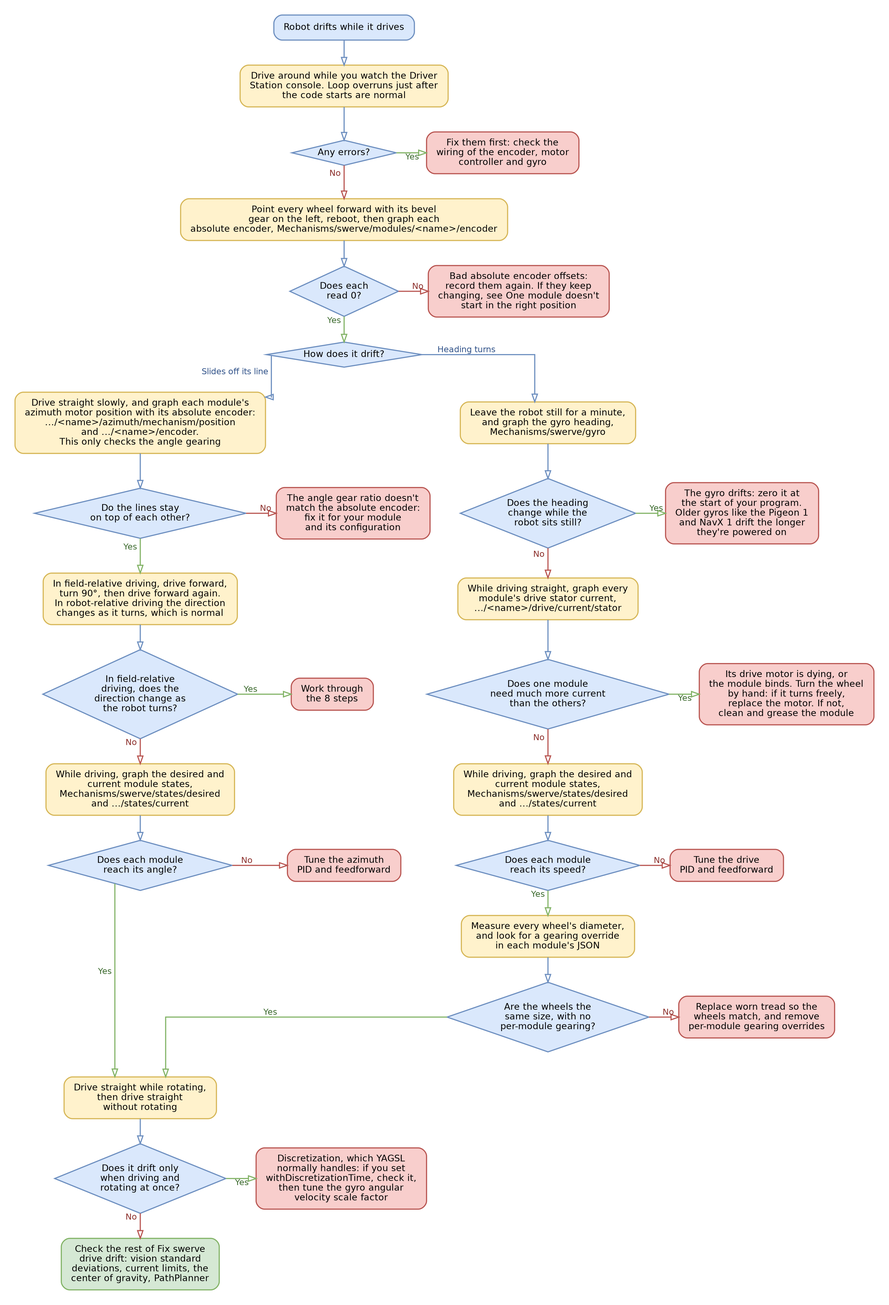
Before: .gitbook/assets/yagsl-flowchart-drift.png, a diagram exported from Graphviz (Yet-Another-Software-Suite/YAGSL-gitbook). Its source is kept beside it as .gitbook/assets/yagsl-flowchart-drift.dot. The source it was exported from:
```dot
digraph G {
  graph [rankdir=TB, nodesep=0.5, ranksep=0.45, pad=0.3, bgcolor="white", dpi=150, splines=ortho];
  node  [fontname="DejaVu Sans", fontsize=13, margin="0.2,0.12", penwidth=1.6];
  edge  [fontname="DejaVu Sans", fontsize=12, penwidth=1.6, arrowhead=onormal, arrowsize=1.1];
  graph [nodesep=0.6, ranksep=0.5];
  s [label="Robot drifts while it drives", shape=box, style="rounded,filled", fillcolor="#dae8fc", color="#6c8ebf"];
  ah1 [label="Drive around while you watch the Driver\nStation console. Loop overruns just after\nthe code starts are normal", shape=box, style="rounded,filled", fillcolor="#fff2cc", color="#d6b656"];
  aq1 [label="Any errors?", shape=diamond, style=filled, fillcolor="#dae8fc", color="#6c8ebf", margin="0.05,0.05"];
  af1 [label="Fix them first: check the\nwiring of the encoder, motor\ncontroller and gyro", shape=box, style="rounded,filled", fillcolor="#f8cecc", color="#b85450"];
  {rank=same; aq1; af1;}
  s -> ah1 [color="#6c8ebf", weight=10];
  ah1 -> aq1 [color="#6c8ebf", weight=10];
  aq1 -> af1 [xlabel=" Yes ", color="#82b366", fontcolor="#3d6b2f"];
  ah2 [label="Point every wheel forward with its bevel\ngear on the left, reboot, then graph each\nabsolute encoder, Mechanisms/swerve/modules/<name>/encoder", shape=box, style="rounded,filled", fillcolor="#fff2cc", color="#d6b656"];
  aq2 [label="Does each\nread 0?", shape=diamond, style=filled, fillcolor="#dae8fc", color="#6c8ebf", margin="0.05,0.05"];
  af2 [label="Bad absolute encoder offsets:\nrecord them again. If they keep\nchanging, see One module doesn't\nstart in the right position", shape=box, style="rounded,filled", fillcolor="#f8cecc", color="#b85450"];
  {rank=same; aq2; af2;}
  aq1 -> ah2 [xlabel=" No ", color="#b85450", fontcolor="#8c2f2b", weight=10];
  ah2 -> aq2 [color="#6c8ebf", weight=10];
  aq2 -> af2 [xlabel=" No ", color="#b85450", fontcolor="#8c2f2b"];
  b [label="How does it drift?", shape=diamond, style=filled, fillcolor="#dae8fc", color="#6c8ebf", margin="0.05,0.05"];
  aq2 -> b [xlabel=" Yes ", color="#82b366", fontcolor="#3d6b2f", weight=10];
  th1 [label="Drive straight slowly, and graph each module's\nazimuth motor position with its absolute encoder:\n.../<name>/azimuth/mechanism/position\nand .../<name>/encoder.\nThis only checks the angle gearing", shape=box, style="rounded,filled", fillcolor="#fff2cc", color="#d6b656"];
  tq1 [label="Do the lines stay\non top of each other?", shape=diamond, style=filled, fillcolor="#dae8fc", color="#6c8ebf", margin="0.05,0.05"];
  tf1 [label="The angle gear ratio doesn't\nmatch the absolute encoder:\nfix it for your module\nand its configuration", shape=box, style="rounded,filled", fillcolor="#f8cecc", color="#b85450"];
  {rank=same; tq1; tf1;}
  b -> th1 [xlabel=" Slides off its line ", color="#6c8ebf", fontcolor="#34558b", weight=2];
  th1 -> tq1 [color="#6c8ebf", weight=10];
  tq1 -> tf1 [xlabel=" No ", color="#b85450", fontcolor="#8c2f2b"];
  th2 [label="In field-relative driving, drive forward,\nturn 90°, then drive forward again.\nIn robot-relative driving the direction\nchanges as it turns, which is normal", shape=box, style="rounded,filled", fillcolor="#fff2cc", color="#d6b656"];
  tq2 [label="In field-relative\ndriving, does the\ndirection change as\nthe robot turns?", shape=diamond, style=filled, fillcolor="#dae8fc", color="#6c8ebf", margin="0.05,0.05"];
  tf2 [label="Work through\nthe 8 steps", shape=box, style="rounded,filled", fillcolor="#f8cecc", color="#b85450"];
  {rank=same; tq2; tf2;}
  tq1 -> th2 [xlabel=" Yes ", color="#82b366", fontcolor="#3d6b2f", weight=10];
  th2 -> tq2 [color="#6c8ebf", weight=10];
  tq2 -> tf2 [xlabel=" Yes ", color="#82b366", fontcolor="#3d6b2f"];
  th3 [label="While driving, graph the desired and\ncurrent module states,\nMechanisms/swerve/states/desired\nand .../states/current", shape=box, style="rounded,filled", fillcolor="#fff2cc", color="#d6b656"];
  tq3 [label="Does each module\nreach its angle?", shape=diamond, style=filled, fillcolor="#dae8fc", color="#6c8ebf", margin="0.05,0.05"];
  tf3 [label="Tune the azimuth\nPID and feedforward", shape=box, style="rounded,filled", fillcolor="#f8cecc", color="#b85450"];
  {rank=same; tq3; tf3;}
  tq2 -> th3 [xlabel=" No ", color="#b85450", fontcolor="#8c2f2b", weight=10];
  th3 -> tq3 [color="#6c8ebf", weight=10];
  tq3 -> tf3 [xlabel=" No ", color="#b85450", fontcolor="#8c2f2b"];
  rh1 [label="Leave the robot still for a minute,\nand graph the gyro heading,\nMechanisms/swerve/gyro", shape=box, style="rounded,filled", fillcolor="#fff2cc", color="#d6b656"];
  rq1 [label="Does the heading\nchange while the\nrobot sits still?", shape=diamond, style=filled, fillcolor="#dae8fc", color="#6c8ebf", margin="0.05,0.05"];
  rf1 [label="The gyro drifts: zero it at\nthe start of your program.\nOlder gyros like the Pigeon 1\nand NavX 1 drift the longer\nthey're powered on", shape=box, style="rounded,filled", fillcolor="#f8cecc", color="#b85450"];
  {rank=same; rq1; rf1;}
  b -> rh1 [xlabel=" Heading turns ", color="#6c8ebf", fontcolor="#34558b", weight=2];
  rh1 -> rq1 [color="#6c8ebf", weight=10];
  rq1 -> rf1 [xlabel=" Yes ", color="#82b366", fontcolor="#3d6b2f"];
  rh2 [label="While driving straight, graph every\nmodule's drive stator current,\n.../<name>/drive/current/stator", shape=box, style="rounded,filled", fillcolor="#fff2cc", color="#d6b656"];
  rq2 [label="Does one module\nneed much more current\nthan the others?", shape=diamond, style=filled, fillcolor="#dae8fc", color="#6c8ebf", margin="0.05,0.05"];
  rf2 [label="Its drive motor is dying, or\nthe module binds. Turn the wheel\nby hand: if it turns freely,\nreplace the motor. If not,\nclean and grease the module", shape=box, style="rounded,filled", fillcolor="#f8cecc", color="#b85450"];
  {rank=same; rq2; rf2;}
  rq1 -> rh2 [xlabel=" No ", color="#b85450", fontcolor="#8c2f2b", weight=10];
  rh2 -> rq2 [color="#6c8ebf", weight=10];
  rq2 -> rf2 [xlabel=" Yes ", color="#82b366", fontcolor="#3d6b2f"];
  rh3 [label="While driving, graph the desired and\ncurrent module states,\nMechanisms/swerve/states/desired\nand .../states/current", shape=box, style="rounded,filled", fillcolor="#fff2cc", color="#d6b656"];
  rq3 [label="Does each module\nreach its speed?", shape=diamond, style=filled, fillcolor="#dae8fc", color="#6c8ebf", margin="0.05,0.05"];
  rf3 [label="Tune the drive\nPID and feedforward", shape=box, style="rounded,filled", fillcolor="#f8cecc", color="#b85450"];
  {rank=same; rq3; rf3;}
  rq2 -> rh3 [xlabel=" No ", color="#b85450", fontcolor="#8c2f2b", weight=10];
  rh3 -> rq3 [color="#6c8ebf", weight=10];
  rq3 -> rf3 [xlabel=" No ", color="#b85450", fontcolor="#8c2f2b"];
  rh4 [label="Measure every wheel's diameter,\nand look for a gearing override\nin each module's JSON", shape=box, style="rounded,filled", fillcolor="#fff2cc", color="#d6b656"];
  rq4 [label="Are the wheels the\nsame size, with no\nper-module gearing?", shape=diamond, style=filled, fillcolor="#dae8fc", color="#6c8ebf", margin="0.05,0.05"];
  rf4 [label="Replace worn tread so the\nwheels match, and remove\nper-module gearing overrides", shape=box, style="rounded,filled", fillcolor="#f8cecc", color="#b85450"];
  {rank=same; rq4; rf4;}
  rq3 -> rh4 [xlabel=" Yes ", color="#82b366", fontcolor="#3d6b2f", weight=10];
  rh4 -> rq4 [color="#6c8ebf", weight=10];
  rq4 -> rf4 [xlabel=" No ", color="#b85450", fontcolor="#8c2f2b"];
  {rank=same; tq1; tf1; rq1; rf1;}
  tf1 -> rq1 [style=invis];
  {rank=same; th1; rh1;}
  th1 -> rh1 [style=invis];
  {rank=same; tq2; tf2; rq2; rf2;}
  tf2 -> rq2 [style=invis];
  {rank=same; th2; rh2;}
  th2 -> rh2 [style=invis];
  {rank=same; tq3; tf3; rq3; rf3;}
  tf3 -> rq3 [style=invis];
  {rank=same; th3; rh3;}
  th3 -> rh3 [style=invis];
  zh1 [label="Drive straight while rotating,\nthen drive straight\nwithout rotating", shape=box, style="rounded,filled", fillcolor="#fff2cc", color="#d6b656"];
  zq1 [label="Does it drift only\nwhen driving and\nrotating at once?", shape=diamond, style=filled, fillcolor="#dae8fc", color="#6c8ebf", margin="0.05,0.05"];
  zf1 [label="Discretization, which YAGSL\nnormally handles: if you set\nwithDiscretizationTime, check it,\nthen tune the gyro angular\nvelocity scale factor", shape=box, style="rounded,filled", fillcolor="#f8cecc", color="#b85450"];
  {rank=same; zq1; zf1;}
  tq3 -> zh1 [xlabel=" Yes ", color="#82b366", fontcolor="#3d6b2f", weight=10];
  zh1 -> zq1 [color="#6c8ebf", weight=10];
  zq1 -> zf1 [xlabel=" Yes ", color="#82b366", fontcolor="#3d6b2f"];
  rq4 -> zh1 [xlabel=" Yes ", color="#82b366", fontcolor="#3d6b2f", weight=1];
  d [label="Check the rest of Fix swerve\ndrive drift: vision standard\ndeviations, current limits, the\ncenter of gravity, PathPlanner", shape=box, style="rounded,filled", fillcolor="#d5e8d4", color="#82b366"];
  zq1 -> d [xlabel=" No ", color="#b85450", fontcolor="#8c2f2b", weight=10];
}
```
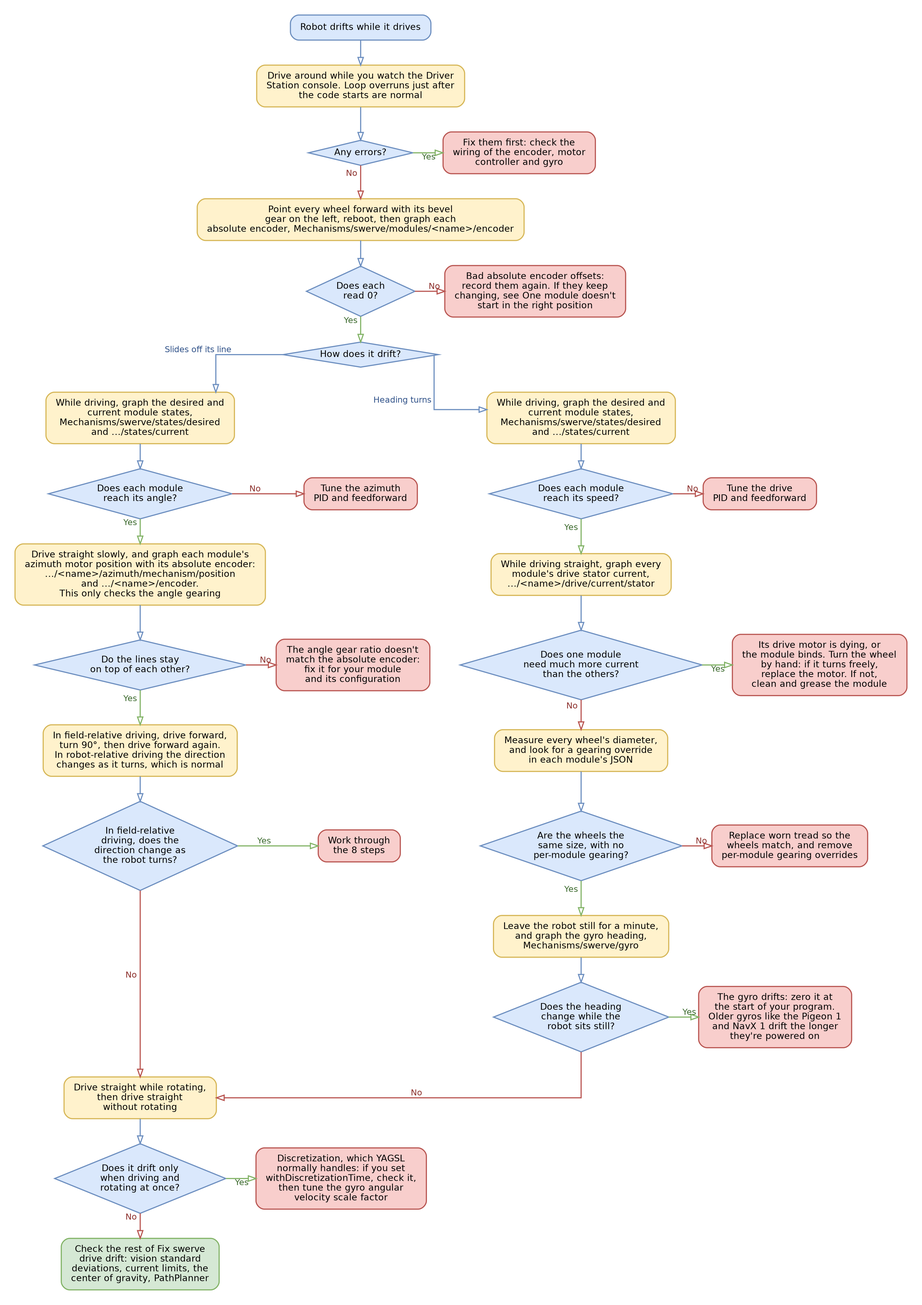
The same diagram one commit later.

Commit message:
Flowcharts: fast checks first, slow checks last

Change to the diagram source:
```diff
@@ -20,55 +20,55 @@
   aq2 -> af2 [xlabel=" No ", color="#b85450", fontcolor="#8c2f2b"];
   b [label="How does it drift?", shape=diamond, style=filled, fillcolor="#dae8fc", color="#6c8ebf", margin="0.05,0.05"];
   aq2 -> b [xlabel=" Yes ", color="#82b366", fontcolor="#3d6b2f", weight=10];
-  th1 [label="Drive straight slowly, and graph each module's\nazimuth motor position with its absolute encoder:\n.../<name>/azimuth/mechanism/position\nand .../<name>/encoder.\nThis only checks the angle gearing", shape=box, style="rounded,filled", fillcolor="#fff2cc", color="#d6b656"];
-  tq1 [label="Do the lines stay\non top of each other?", shape=diamond, style=filled, fillcolor="#dae8fc", color="#6c8ebf", margin="0.05,0.05"];
-  tf1 [label="The angle gear ratio doesn't\nmatch the absolute encoder:\nfix it for your module\nand its configuration", shape=box, style="rounded,filled", fillcolor="#f8cecc", color="#b85450"];
+  th1 [label="While driving, graph the desired and\ncurrent module states,\nMechanisms/swerve/states/desired\nand .../states/current", shape=box, style="rounded,filled", fillcolor="#fff2cc", color="#d6b656"];
+  tq1 [label="Does each module\nreach its angle?", shape=diamond, style=filled, fillcolor="#dae8fc", color="#6c8ebf", margin="0.05,0.05"];
+  tf1 [label="Tune the azimuth\nPID and feedforward", shape=box, style="rounded,filled", fillcolor="#f8cecc", color="#b85450"];
   {rank=same; tq1; tf1;}
   b -> th1 [xlabel=" Slides off its line ", color="#6c8ebf", fontcolor="#34558b", weight=2];
   th1 -> tq1 [color="#6c8ebf", weight=10];
   tq1 -> tf1 [xlabel=" No ", color="#b85450", fontcolor="#8c2f2b"];
-  th2 [label="In field-relative driving, drive forward,\nturn 90°, then drive forward again.\nIn robot-relative driving the direction\nchanges as it turns, which is normal", shape=box, style="rounded,filled", fillcolor="#fff2cc", color="#d6b656"];
-  tq2 [label="In field-relative\ndriving, does the\ndirection change as\nthe robot turns?", shape=diamond, style=filled, fillcolor="#dae8fc", color="#6c8ebf", margin="0.05,0.05"];
-  tf2 [label="Work through\nthe 8 steps", shape=box, style="rounded,filled", fillcolor="#f8cecc", color="#b85450"];
+  th2 [label="Drive straight slowly, and graph each module's\nazimuth motor position with its absolute encoder:\n.../<name>/azimuth/mechanism/position\nand .../<name>/encoder.\nThis only checks the angle gearing", shape=box, style="rounded,filled", fillcolor="#fff2cc", color="#d6b656"];
+  tq2 [label="Do the lines stay\non top of each other?", shape=diamond, style=filled, fillcolor="#dae8fc", color="#6c8ebf", margin="0.05,0.05"];
+  tf2 [label="The angle gear ratio doesn't\nmatch the absolute encoder:\nfix it for your module\nand its configuration", shape=box, style="rounded,filled", fillcolor="#f8cecc", color="#b85450"];
   {rank=same; tq2; tf2;}
   tq1 -> th2 [xlabel=" Yes ", color="#82b366", fontcolor="#3d6b2f", weight=10];
   th2 -> tq2 [color="#6c8ebf", weight=10];
-  tq2 -> tf2 [xlabel=" Yes ", color="#82b366", fontcolor="#3d6b2f"];
-  th3 [label="While driving, graph the desired and\ncurrent module states,\nMechanisms/swerve/states/desired\nand .../states/current", shape=box, style="rounded,filled", fillcolor="#fff2cc", color="#d6b656"];
-  tq3 [label="Does each module\nreach its angle?", shape=diamond, style=filled, fillcolor="#dae8fc", color="#6c8ebf", margin="0.05,0.05"];
-  tf3 [label="Tune the azimuth\nPID and feedforward", shape=box, style="rounded,filled", fillcolor="#f8cecc", color="#b85450"];
+  tq2 -> tf2 [xlabel=" No ", color="#b85450", fontcolor="#8c2f2b"];
+  th3 [label="In field-relative driving, drive forward,\nturn 90°, then drive forward again.\nIn robot-relative driving the direction\nchanges as it turns, which is normal", shape=box, style="rounded,filled", fillcolor="#fff2cc", color="#d6b656"];
+  tq3 [label="In field-relative\ndriving, does the\ndirection change as\nthe robot turns?", shape=diamond, style=filled, fillcolor="#dae8fc", color="#6c8ebf", margin="0.05,0.05"];
+  tf3 [label="Work through\nthe 8 steps", shape=box, style="rounded,filled", fillcolor="#f8cecc", color="#b85450"];
   {rank=same; tq3; tf3;}
-  tq2 -> th3 [xlabel=" No ", color="#b85450", fontcolor="#8c2f2b", weight=10];
+  tq2 -> th3 [xlabel=" Yes ", color="#82b366", fontcolor="#3d6b2f", weight=10];
   th3 -> tq3 [color="#6c8ebf", weight=10];
-  tq3 -> tf3 [xlabel=" No ", color="#b85450", fontcolor="#8c2f2b"];
-  rh1 [label="Leave the robot still for a minute,\nand graph the gyro heading,\nMechanisms/swerve/gyro", shape=box, style="rounded,filled", fillcolor="#fff2cc", color="#d6b656"];
-  rq1 [label="Does the heading\nchange while the\nrobot sits still?", shape=diamond, style=filled, fillcolor="#dae8fc", color="#6c8ebf", margin="0.05,0.05"];
-  rf1 [label="The gyro drifts: zero it at\nthe start of your program.\nOlder gyros like the Pigeon 1\nand NavX 1 drift the longer\nthey're powered on", shape=box, style="rounded,filled", fillcolor="#f8cecc", color="#b85450"];
+  tq3 -> tf3 [xlabel=" Yes ", color="#82b366", fontcolor="#3d6b2f"];
+  rh1 [label="While driving, graph the desired and\ncurrent module states,\nMechanisms/swerve/states/desired\nand .../states/current", shape=box, style="rounded,filled", fillcolor="#fff2cc", color="#d6b656"];
+  rq1 [label="Does each module\nreach its speed?", shape=diamond, style=filled, fillcolor="#dae8fc", color="#6c8ebf", margin="0.05,0.05"];
+  rf1 [label="Tune the drive\nPID and feedforward", shape=box, style="rounded,filled", fillcolor="#f8cecc", color="#b85450"];
   {rank=same; rq1; rf1;}
   b -> rh1 [xlabel=" Heading turns ", color="#6c8ebf", fontcolor="#34558b", weight=2];
   rh1 -> rq1 [color="#6c8ebf", weight=10];
-  rq1 -> rf1 [xlabel=" Yes ", color="#82b366", fontcolor="#3d6b2f"];
+  rq1 -> rf1 [xlabel=" No ", color="#b85450", fontcolor="#8c2f2b"];
   rh2 [label="While driving straight, graph every\nmodule's drive stator current,\n.../<name>/drive/current/stator", shape=box, style="rounded,filled", fillcolor="#fff2cc", color="#d6b656"];
   rq2 [label="Does one module\nneed much more current\nthan the others?", shape=diamond, style=filled, fillcolor="#dae8fc", color="#6c8ebf", margin="0.05,0.05"];
   rf2 [label="Its drive motor is dying, or\nthe module binds. Turn the wheel\nby hand: if it turns freely,\nreplace the motor. If not,\nclean and grease the module", shape=box, style="rounded,filled", fillcolor="#f8cecc", color="#b85450"];
   {rank=same; rq2; rf2;}
-  rq1 -> rh2 [xlabel=" No ", color="#b85450", fontcolor="#8c2f2b", weight=10];
+  rq1 -> rh2 [xlabel=" Yes ", color="#82b366", fontcolor="#3d6b2f", weight=10];
   rh2 -> rq2 [color="#6c8ebf", weight=10];
   rq2 -> rf2 [xlabel=" Yes ", color="#82b366", fontcolor="#3d6b2f"];
-  rh3 [label="While driving, graph the desired and\ncurrent module states,\nMechanisms/swerve/states/desired\nand .../states/current", shape=box, style="rounded,filled", fillcolor="#fff2cc", color="#d6b656"];
-  rq3 [label="Does each module\nreach its speed?", shape=diamond, style=filled, fillcolor="#dae8fc", color="#6c8ebf", margin="0.05,0.05"];
-  rf3 [label="Tune the drive\nPID and feedforward", shape=box, style="rounded,filled", fillcolor="#f8cecc", color="#b85450"];
+  rh3 [label="Measure every wheel's diameter,\nand look for a gearing override\nin each module's JSON", shape=box, style="rounded,filled", fillcolor="#fff2cc", color="#d6b656"];
+  rq3 [label="Are the wheels the\nsame size, with no\nper-module gearing?", shape=diamond, style=filled, fillcolor="#dae8fc", color="#6c8ebf", margin="0.05,0.05"];
+  rf3 [label="Replace worn tread so the\nwheels match, and remove\nper-module gearing overrides", shape=box, style="rounded,filled", fillcolor="#f8cecc", color="#b85450"];
   {rank=same; rq3; rf3;}
   rq2 -> rh3 [xlabel=" No ", color="#b85450", fontcolor="#8c2f2b", weight=10];
   rh3 -> rq3 [color="#6c8ebf", weight=10];
   rq3 -> rf3 [xlabel=" No ", color="#b85450", fontcolor="#8c2f2b"];
-  rh4 [label="Measure every wheel's diameter,\nand look for a gearing override\nin each module's JSON", shape=box, style="rounded,filled", fillcolor="#fff2cc", color="#d6b656"];
-  rq4 [label="Are the wheels the\nsame size, with no\nper-module gearing?", shape=diamond, style=filled, fillcolor="#dae8fc", color="#6c8ebf", margin="0.05,0.05"];
-  rf4 [label="Replace worn tread so the\nwheels match, and remove\nper-module gearing overrides", shape=box, style="rounded,filled", fillcolor="#f8cecc", color="#b85450"];
+  rh4 [label="Leave the robot still for a minute,\nand graph the gyro heading,\nMechanisms/swerve/gyro", shape=box, style="rounded,filled", fillcolor="#fff2cc", color="#d6b656"];
+  rq4 [label="Does the heading\nchange while the\nrobot sits still?", shape=diamond, style=filled, fillcolor="#dae8fc", color="#6c8ebf", margin="0.05,0.05"];
+  rf4 [label="The gyro drifts: zero it at\nthe start of your program.\nOlder gyros like the Pigeon 1\nand NavX 1 drift the longer\nthey're powered on", shape=box, style="rounded,filled", fillcolor="#f8cecc", color="#b85450"];
   {rank=same; rq4; rf4;}
   rq3 -> rh4 [xlabel=" Yes ", color="#82b366", fontcolor="#3d6b2f", weight=10];
   rh4 -> rq4 [color="#6c8ebf", weight=10];
-  rq4 -> rf4 [xlabel=" No ", color="#b85450", fontcolor="#8c2f2b"];
+  rq4 -> rf4 [xlabel=" Yes ", color="#82b366", fontcolor="#3d6b2f"];
   {rank=same; tq1; tf1; rq1; rf1;}
   tf1 -> rq1 [style=invis];
   {rank=same; th1; rh1;}
@@ -85,10 +85,10 @@
   zq1 [label="Does it drift only\nwhen driving and\nrotating at once?", shape=diamond, style=filled, fillcolor="#dae8fc", color="#6c8ebf", margin="0.05,0.05"];
   zf1 [label="Discretization, which YAGSL\nnormally handles: if you set\nwithDiscretizationTime, check it,\nthen tune the gyro angular\nvelocity scale factor", shape=box, style="rounded,filled", fillcolor="#f8cecc", color="#b85450"];
   {rank=same; zq1; zf1;}
-  tq3 -> zh1 [xlabel=" Yes ", color="#82b366", fontcolor="#3d6b2f", weight=10];
+  tq3 -> zh1 [xlabel=" No ", color="#b85450", fontcolor="#8c2f2b", weight=10];
   zh1 -> zq1 [color="#6c8ebf", weight=10];
   zq1 -> zf1 [xlabel=" Yes ", color="#82b366", fontcolor="#3d6b2f"];
-  rq4 -> zh1 [xlabel=" Yes ", color="#82b366", fontcolor="#3d6b2f", weight=1];
+  rq4 -> zh1 [xlabel=" No ", color="#b85450", fontcolor="#8c2f2b", weight=1];
   d [label="Check the rest of Fix swerve\ndrive drift: vision standard\ndeviations, current limits, the\ncenter of gravity, PathPlanner", shape=box, style="rounded,filled", fillcolor="#d5e8d4", color="#82b366"];
   zq1 -> d [xlabel=" No ", color="#b85450", fontcolor="#8c2f2b", weight=10];
 }
```
